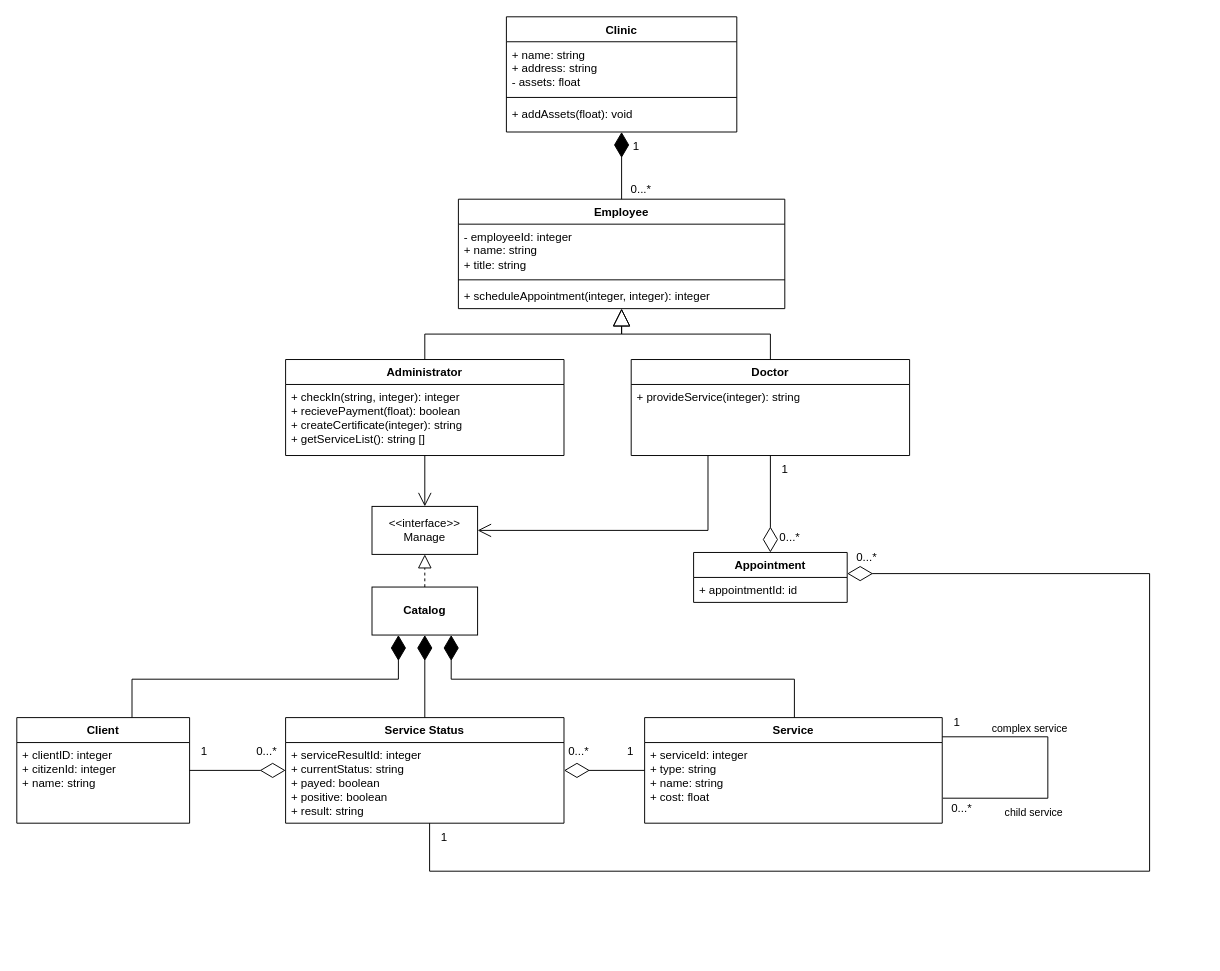
Yegres5/hospital-manager keeps this draw.io diagram as uml/class-diagram.drawio. Above is the earlier version. Source tidied: cells renumbered, new cells numbered last; positions are measured from the earlier drawing's top-left corner, leaving out a move shared by most shapes. Both pictures are drawn from the tidied source at 96%, with x=0, y=0 at pixel (16, 16).
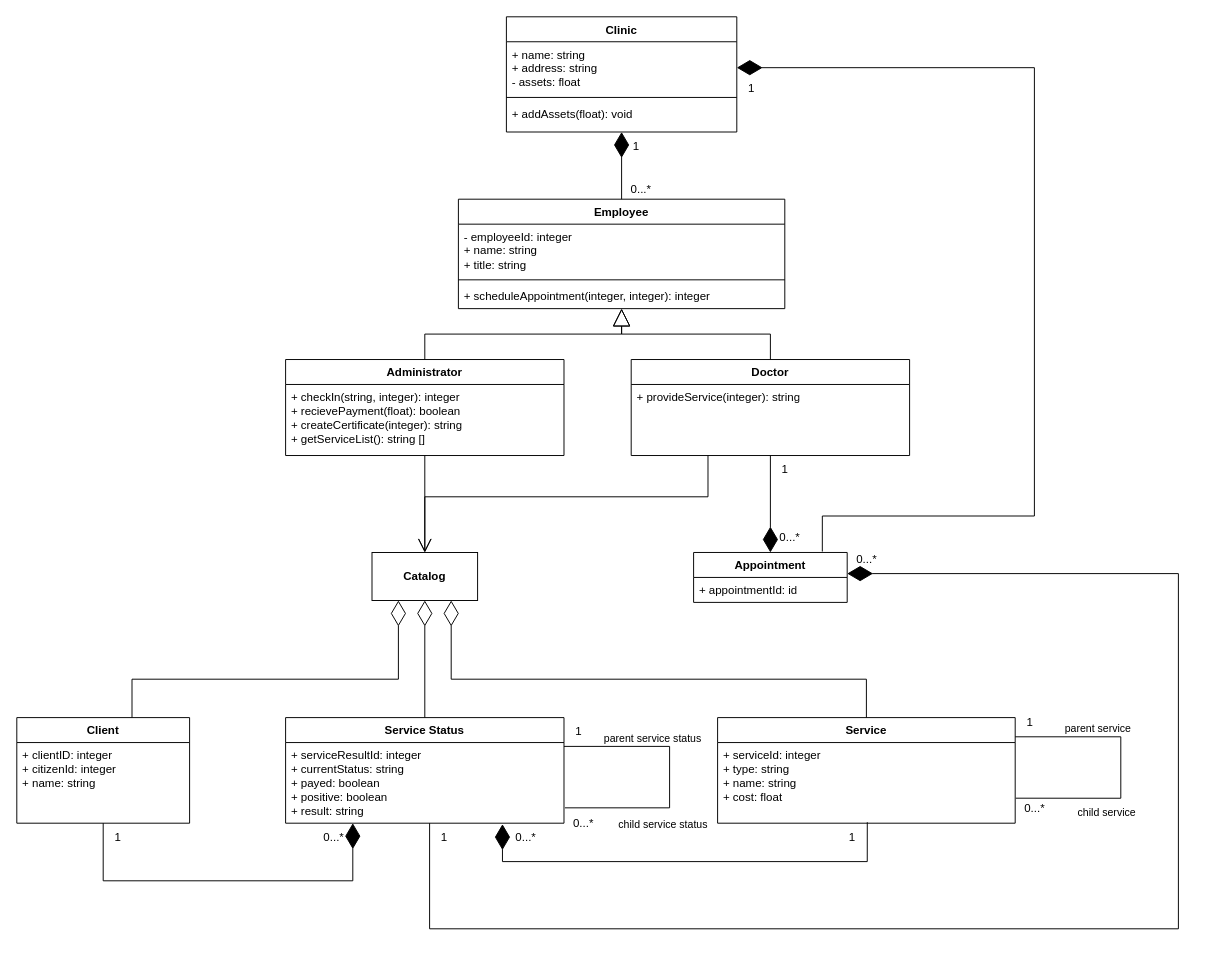
Above is the later version.

Commit message (it also covers changes not shown here):
Changed UML class diagram

The change refers to these unchanged cells:
```xml
<mxCell id="2" value="Administrator" style="swimlane;fontStyle=1;align=center;verticalAlign=top;horizontal=1;startSize=26;whiteSpace=wrap;html=1;" parent="1" vertex="1">
  <mxGeometry x="280" y="357" width="290" height="100" as="geometry" />
</mxCell>
<mxCell id="4" value="Doctor" style="swimlane;fontStyle=1;align=center;verticalAlign=top;horizontal=1;startSize=26;whiteSpace=wrap;html=1;" parent="1" vertex="1">
  <mxGeometry x="640" y="357" width="290" height="100" as="geometry" />
</mxCell>
<mxCell id="10" value="Client" style="swimlane;fontStyle=1;align=center;verticalAlign=top;horizontal=1;startSize=26;whiteSpace=wrap;html=1;" parent="1" vertex="1">
  <mxGeometry y="730" width="180" height="110" as="geometry" />
</mxCell>
<mxCell id="13" value="Service Status" style="swimlane;fontStyle=1;align=center;verticalAlign=top;horizontal=1;startSize=26;whiteSpace=wrap;html=1;" parent="1" vertex="1">
  <mxGeometry x="280" y="730" width="290" height="110" as="geometry" />
</mxCell>
<mxCell id="14" value="+ serviceResultId: integer&lt;br&gt;+ currentStatus: string&lt;br&gt;+ payed: boolean&lt;br&gt;+ positive: boolean&lt;br&gt;+ result: string" style="text;strokeColor=none;fillColor=none;align=left;verticalAlign=top;spacingLeft=4;spacingRight=4;overflow=hidden;points=[[0,0.5],[1,0.5]];portConstraint=eastwest;whiteSpace=wrap;html=1;" parent="13" vertex="1">
  <mxGeometry y="26" width="290" height="84" as="geometry" />
</mxCell>
<mxCell id="19" value="+ name: string&lt;br&gt;+ address: string&lt;br&gt;- assets: float" style="text;strokeColor=none;fillColor=none;align=left;verticalAlign=top;spacingLeft=4;spacingRight=4;overflow=hidden;points=[[0,0.5],[1,0.5]];portConstraint=eastwest;whiteSpace=wrap;html=1;" parent="18" vertex="1">
  <mxGeometry y="26" width="240" height="54" as="geometry" />
</mxCell>
<mxCell id="27" value="+ serviceId: integer&lt;br&gt;+ type: string&lt;br&gt;+ name: string&lt;br&gt;+ cost: float" style="text;strokeColor=none;fillColor=none;align=left;verticalAlign=top;spacingLeft=4;spacingRight=4;overflow=hidden;points=[[0,0.5],[1,0.5]];portConstraint=eastwest;whiteSpace=wrap;html=1;" parent="26" vertex="1">
  <mxGeometry y="26" width="310" height="84" as="geometry" />
</mxCell>
<mxCell id="28" style="endArrow=none;edgeStyle=orthogonalEdgeStyle;rounded=0;jumpSize=100;endSize=6;spacing=11;spacingLeft=100;jumpStyle=none;startSize=6;entryX=1.002;entryY=0.69;entryDx=0;entryDy=0;entryPerimeter=0;fontStyle=0;html=1;" parent="26" edge="1" source="26" target="27">
  <mxGeometry relative="1" as="geometry">
    <Array as="points">
      <mxPoint x="420" y="20" />
      <mxPoint x="420" y="84" />
    </Array>
  </mxGeometry>
</mxCell>
<mxCell id="35" value="Appointment" style="swimlane;fontStyle=1;align=center;verticalAlign=top;horizontal=1;startSize=26;whiteSpace=wrap;html=1;" parent="1" vertex="1">
  <mxGeometry x="705" y="558" width="160" height="52" as="geometry" />
</mxCell>
```

What changed in the source:
```diff
@@
-    <mxCell id="12" style="endArrow=diamondThin;endFill=1;endSize=24;html=1;rounded=0;edgeStyle=orthogonalEdgeStyle;entryX=0.25;entryY=1;entryDx=0;entryDy=0;" parent="1" edge="1" source="10" target="33">
+    <mxCell id="12" style="endArrow=diamondThin;endFill=0;endSize=24;html=1;rounded=0;edgeStyle=orthogonalEdgeStyle;entryX=0.25;entryY=1;entryDx=0;entryDy=0;" parent="1" edge="1" source="10" target="33">
       <mxGeometry relative="1" as="geometry">
         <Array as="points">
           <mxPoint x="120" y="690" />
           <mxPoint x="398" y="690" />
         </Array>
       </mxGeometry>
     </mxCell>
@@
-    <mxCell id="22" style="endArrow=diamondThin;endFill=1;endSize=24;html=1;rounded=0;edgeStyle=orthogonalEdgeStyle;startArrow=none;startFill=0;" parent="1" edge="1" source="13" target="33">
+    <mxCell id="22" style="endArrow=diamondThin;endFill=0;endSize=24;html=1;rounded=0;edgeStyle=orthogonalEdgeStyle;startArrow=none;startFill=0;" parent="1" edge="1" source="13" target="33">
       <mxGeometry relative="1" as="geometry">
         <Array as="points">
           <mxPoint x="485" y="790" />
           <mxPoint x="425" y="790" />
         </Array>
       </mxGeometry>
     </mxCell>
-    <mxCell id="23" value="&amp;lt;&amp;lt;interface&amp;gt;&amp;gt;&lt;br&gt;Manage" style="html=1;whiteSpace=wrap;" parent="1" vertex="1">
-      <mxGeometry x="370" y="510" width="110" height="50" as="geometry" />
-    </mxCell>
-    <mxCell id="24" style="endArrow=open;endSize=12;html=1;rounded=0;edgeStyle=orthogonalEdgeStyle;fontStyle=0;" parent="1" edge="1" source="2" target="23">
+    <mxCell id="24" style="endArrow=open;endSize=12;html=1;rounded=0;edgeStyle=orthogonalEdgeStyle;fontStyle=0;entryX=0.5;entryY=0;entryDx=0;entryDy=0;" parent="1" edge="1" source="2" target="33">
       <mxGeometry relative="1" as="geometry" />
     </mxCell>
-    <mxCell id="25" style="endArrow=block;dashed=1;endFill=0;endSize=12;html=1;rounded=0;edgeStyle=orthogonalEdgeStyle;" parent="1" edge="1" source="33" target="23">
-      <mxGeometry relative="1" as="geometry" />
-    </mxCell>
     <mxCell id="26" value="Service" style="swimlane;fontStyle=1;align=center;verticalAlign=top;horizontal=1;startSize=26;whiteSpace=wrap;html=1;" parent="1" vertex="1">
-      <mxGeometry x="654" y="730" width="310" height="110" as="geometry" />
+      <mxGeometry x="730" y="730" width="310" height="110" as="geometry" />
     </mxCell>
@@
-    <mxCell id="29" value="complex service" style="edgeLabel;html=1;align=left;verticalAlign=bottom;" parent="28" vertex="1">
+    <mxCell id="29" value="parent service" style="edgeLabel;html=1;align=left;verticalAlign=bottom;" parent="28" vertex="1">
       <mxGeometry x="-1" relative="1" as="geometry">
         <mxPoint x="50" as="offset" />
       </mxGeometry>
     </mxCell>
@@
-    <mxCell id="31" style="endArrow=diamondThin;endFill=1;endSize=24;html=1;rounded=0;edgeStyle=orthogonalEdgeStyle;entryX=0.75;entryY=1;entryDx=0;entryDy=0;" parent="1" edge="1" source="26" target="33">
+    <mxCell id="31" style="endArrow=diamondThin;endFill=0;endSize=24;html=1;rounded=0;edgeStyle=orthogonalEdgeStyle;entryX=0.75;entryY=1;entryDx=0;entryDy=0;" parent="1" edge="1" source="26" target="33">
       <mxGeometry relative="1" as="geometry">
         <Array as="points">
-          <mxPoint x="810" y="690" />
+          <mxPoint x="885" y="690" />
           <mxPoint x="453" y="690" />
         </Array>
       </mxGeometry>
     </mxCell>
-    <mxCell id="32" style="endArrow=diamondThin;html=1;edgeStyle=orthogonalEdgeStyle;rounded=0;startSize=24;startArrow=none;startFill=0;endFill=0;endSize=24;" parent="1" edge="1" source="10" target="13">
-      <mxGeometry relative="1" as="geometry" />
+    <mxCell id="32" style="endArrow=diamondThin;html=1;edgeStyle=orthogonalEdgeStyle;rounded=0;startSize=24;startArrow=none;startFill=0;endFill=1;endSize=24;" parent="1" edge="1" source="10" target="13">
+      <mxGeometry relative="1" as="geometry">
+        <Array as="points">
+          <mxPoint x="90" y="900" />
+          <mxPoint x="350" y="900" />
+        </Array>
+      </mxGeometry>
     </mxCell>
     <mxCell id="33" value="&lt;b&gt;Catalog&lt;/b&gt;" style="html=1;whiteSpace=wrap;" parent="1" vertex="1">
-      <mxGeometry x="370" y="594" width="110" height="50" as="geometry" />
+      <mxGeometry x="370" y="558" width="110" height="50" as="geometry" />
     </mxCell>
-    <mxCell id="34" style="endArrow=none;html=1;edgeStyle=orthogonalEdgeStyle;rounded=0;endFill=0;endSize=24;startArrow=diamondThin;startFill=0;startSize=24;" parent="1" edge="1" source="13" target="26">
-      <mxGeometry relative="1" as="geometry" />
+    <mxCell id="34" style="endArrow=none;html=1;edgeStyle=orthogonalEdgeStyle;rounded=0;endFill=0;endSize=24;startArrow=diamondThin;startFill=1;startSize=24;entryX=0.503;entryY=0.988;entryDx=0;entryDy=0;entryPerimeter=0;exitX=0.779;exitY=1.012;exitDx=0;exitDy=0;exitPerimeter=0;" parent="1" edge="1" source="14" target="27">
+      <mxGeometry relative="1" as="geometry">
+        <Array as="points">
+          <mxPoint x="506" y="880" />
+          <mxPoint x="886" y="880" />
+        </Array>
+      </mxGeometry>
     </mxCell>
+    <mxCell id="52" style="edgeStyle=orthogonalEdgeStyle;rounded=0;jettySize=auto;html=1;exitX=0.838;exitY=-0.019;exitDx=0;exitDy=0;entryX=1;entryY=0.5;entryDx=0;entryDy=0;endArrow=diamondThin;endFill=1;endSize=24;exitPerimeter=0;" parent="1" edge="1" source="35" target="19">
+      <mxGeometry relative="1" as="geometry">
+        <Array as="points">
+          <mxPoint x="840" y="557" />
+          <mxPoint x="840" y="520" />
+          <mxPoint x="1060" y="520" />
+          <mxPoint x="1060" y="53" />
+        </Array>
+      </mxGeometry>
+    </mxCell>
@@
-    <mxCell id="37" style="endArrow=diamondThin;html=1;edgeStyle=orthogonalEdgeStyle;rounded=0;endFill=0;startArrow=none;startFill=0;strokeWidth=1;endSize=24;startSize=24;" parent="1" edge="1" source="4" target="35">
+    <mxCell id="37" style="endArrow=diamondThin;html=1;edgeStyle=orthogonalEdgeStyle;rounded=0;endFill=1;startArrow=none;startFill=0;strokeWidth=1;endSize=24;startSize=24;" parent="1" edge="1" source="4" target="35">
       <mxGeometry relative="1" as="geometry" />
     </mxCell>
-    <mxCell id="38" style="endArrow=none;html=1;edgeStyle=orthogonalEdgeStyle;rounded=0;endFill=0;endSize=24;startArrow=diamondThin;startFill=0;startSize=24;" parent="1" edge="1" source="35" target="13">
+    <mxCell id="38" style="endArrow=none;html=1;edgeStyle=orthogonalEdgeStyle;rounded=0;endFill=0;endSize=24;startArrow=diamondThin;startFill=1;startSize=24;" parent="1" edge="1" source="35" target="13">
       <mxGeometry relative="1" as="geometry">
         <Array as="points">
-          <mxPoint x="1180" y="580" />
-          <mxPoint x="1180" y="890" />
-          <mxPoint x="430" y="890" />
+          <mxPoint x="1210" y="580" />
+          <mxPoint x="1210" y="950" />
+          <mxPoint x="430" y="950" />
         </Array>
       </mxGeometry>
     </mxCell>
@@
-    <mxCell id="42" value="0...*" style="text;html=1;align=center;verticalAlign=middle;strokeColor=none;fillColor=none;" parent="1" vertex="1">
-      <mxGeometry x="865" y="553" width="40" height="20" as="geometry" />
-    </mxCell>
@@
     <mxCell id="44" value="0...*" style="text;html=1;align=center;verticalAlign=middle;strokeColor=none;fillColor=none;" parent="1" vertex="1">
-      <mxGeometry x="964" y="810" width="40" height="30" as="geometry" />
+      <mxGeometry x="1040" y="810" width="40" height="30" as="geometry" />
     </mxCell>
-    <mxCell id="45" value="0...*" style="text;html=1;align=center;verticalAlign=middle;strokeColor=none;fillColor=none;" parent="1" vertex="1">
-      <mxGeometry x="565" y="755" width="40" height="20" as="geometry" />
-    </mxCell>
     <mxCell id="46" value="1" style="text;html=1;align=center;verticalAlign=middle;strokeColor=none;fillColor=none;" parent="1" vertex="1">
-      <mxGeometry x="624" y="750" width="30" height="30" as="geometry" />
+      <mxGeometry x="855" y="840" width="30" height="30" as="geometry" />
     </mxCell>
     <mxCell id="47" value="1" style="text;html=1;align=center;verticalAlign=middle;strokeColor=none;fillColor=none;" parent="1" vertex="1">
-      <mxGeometry x="180" y="750" width="30" height="30" as="geometry" />
+      <mxGeometry x="90" y="840" width="30" height="30" as="geometry" />
     </mxCell>
     <mxCell id="48" value="0...*" style="text;html=1;align=center;verticalAlign=middle;strokeColor=none;fillColor=none;" parent="1" vertex="1">
-      <mxGeometry x="240" y="750" width="40" height="30" as="geometry" />
+      <mxGeometry x="310" y="840" width="40" height="30" as="geometry" />
     </mxCell>
     <mxCell id="49" value="1" style="text;html=1;align=center;verticalAlign=middle;strokeColor=none;fillColor=none;" parent="1" vertex="1">
-      <mxGeometry x="964" y="720" width="30" height="30" as="geometry" />
+      <mxGeometry x="1040" y="720" width="30" height="30" as="geometry" />
     </mxCell>
-    <mxCell id="50" value="0...*" style="text;html=1;align=center;verticalAlign=middle;strokeColor=none;fillColor=none;" parent="1" vertex="1">
-      <mxGeometry x="785" y="533" width="40" height="20" as="geometry" />
-    </mxCell>
-    <mxCell id="51" style="endArrow=open;endSize=12;html=1;rounded=0;edgeStyle=orthogonalEdgeStyle;fontStyle=0;" parent="1" edge="1" source="4" target="23">
+    <mxCell id="51" style="endArrow=open;endSize=12;html=1;rounded=0;edgeStyle=orthogonalEdgeStyle;fontStyle=0;entryX=0.5;entryY=0;entryDx=0;entryDy=0;" parent="1" edge="1" source="4" target="33">
       <mxGeometry relative="1" as="geometry">
         <Array as="points">
-          <mxPoint x="720" y="535" />
+          <mxPoint x="720" y="500" />
+          <mxPoint x="425" y="500" />
         </Array>
       </mxGeometry>
     </mxCell>
+    <mxCell id="53" style="endArrow=none;edgeStyle=orthogonalEdgeStyle;rounded=0;jumpSize=100;endSize=6;spacing=11;spacingLeft=100;jumpStyle=none;startSize=6;entryX=1.002;entryY=0.69;entryDx=0;entryDy=0;entryPerimeter=0;fontStyle=0;html=1;" parent="1" edge="1">
+      <mxGeometry relative="1" as="geometry">
+        <mxPoint x="570" y="760" as="sourcePoint" />
+        <mxPoint x="571" y="824" as="targetPoint" />
+        <Array as="points">
+          <mxPoint x="680" y="760" />
+          <mxPoint x="680" y="824" />
+        </Array>
+      </mxGeometry>
+    </mxCell>
+    <mxCell id="54" value="parent service status" style="edgeLabel;html=1;align=left;verticalAlign=bottom;" parent="53" vertex="1">
+      <mxGeometry x="-1" relative="1" as="geometry">
+        <mxPoint x="40" as="offset" />
+      </mxGeometry>
+    </mxCell>
+    <mxCell id="55" value="child service status" style="edgeLabel;html=1;align=right;verticalAlign=bottom;" parent="53" vertex="1">
+      <mxGeometry x="1" relative="1" as="geometry">
+        <mxPoint x="149" y="26" as="offset" />
+      </mxGeometry>
+    </mxCell>
+    <mxCell id="56" value="0...*" style="text;html=1;align=center;verticalAlign=middle;strokeColor=none;fillColor=none;" parent="1" vertex="1">
+      <mxGeometry x="570" y="825" width="40" height="30" as="geometry" />
+    </mxCell>
+    <mxCell id="57" value="1" style="text;html=1;align=center;verticalAlign=middle;strokeColor=none;fillColor=none;" parent="1" vertex="1">
+      <mxGeometry x="570" y="730" width="30" height="30" as="geometry" />
+    </mxCell>
+    <mxCell id="58" value="0...*" style="text;html=1;align=center;verticalAlign=middle;strokeColor=none;fillColor=none;" parent="1" vertex="1">
+      <mxGeometry x="510" y="840" width="40" height="30" as="geometry" />
+    </mxCell>
+    <mxCell id="59" value="0...*" style="text;html=1;align=center;verticalAlign=middle;strokeColor=none;fillColor=none;" parent="1" vertex="1">
+      <mxGeometry x="865" y="550" width="40" height="30" as="geometry" />
+    </mxCell>
+    <mxCell id="60" value="0...*" style="text;html=1;align=center;verticalAlign=middle;strokeColor=none;fillColor=none;" parent="1" vertex="1">
+      <mxGeometry x="785" y="528" width="40" height="30" as="geometry" />
+    </mxCell>
+    <mxCell id="61" value="1" style="text;html=1;align=center;verticalAlign=middle;strokeColor=none;fillColor=none;" parent="1" vertex="1">
+      <mxGeometry x="750" y="60" width="30" height="30" as="geometry" />
+    </mxCell>
```
